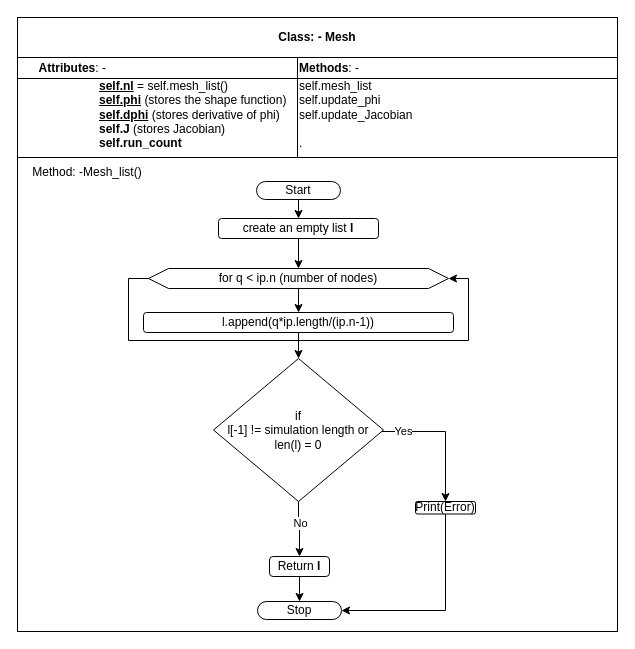
Earlier version of the draw.io diagram Mesh.drawio (okolekar/PPP). Source tidied: cells renumbered, new cells numbered last; positions are measured from the earlier drawing's top-left corner, leaving out a move shared by most shapes. Both pictures are drawn from the tidied source at 100%, with x=0, y=0 at pixel (17, 17).
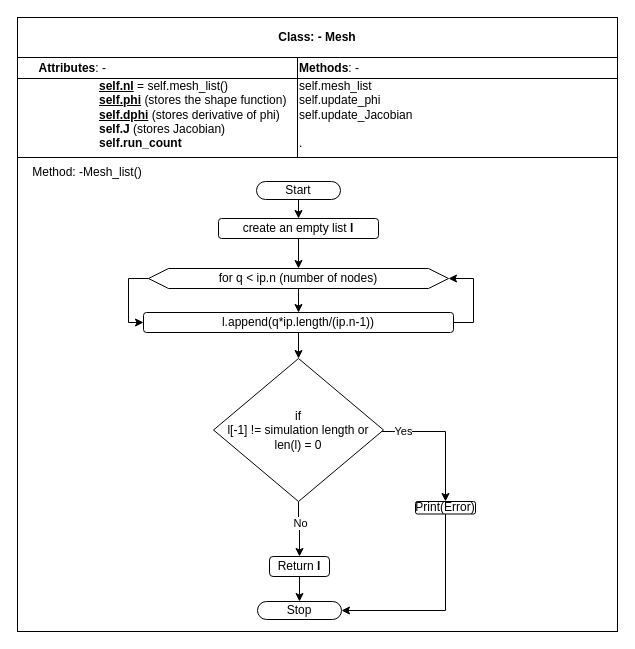
After the change.

Unchanged cells that the change refers to:
```xml
<mxCell id="14" value="for q &amp;lt; ip.n (number of nodes)" style="shape=hexagon;perimeter=hexagonPerimeter2;whiteSpace=wrap;html=1;fixedSize=1;" parent="1" vertex="1">
  <mxGeometry x="131" y="251" width="300" height="20" as="geometry" />
</mxCell>
<mxCell id="16" value="l.append(q*ip.length/(ip.n-1))" style="rounded=1;whiteSpace=wrap;html=1;" parent="1" vertex="1">
  <mxGeometry x="126" y="295" width="310" height="20" as="geometry" />
</mxCell>
```

Change to the diagram source:
```diff
@@
+    <mxCell id="29" style="edgeStyle=orthogonalEdgeStyle;rounded=0;jettySize=auto;html=1;exitX=0;exitY=0.5;exitDx=0;exitDy=0;entryX=0;entryY=0.5;entryDx=0;entryDy=0;" parent="1" edge="1" source="14" target="16">
+      <mxGeometry relative="1" as="geometry" />
+    </mxCell>
@@
+    <mxCell id="30" style="edgeStyle=orthogonalEdgeStyle;rounded=0;jettySize=auto;html=1;exitX=1;exitY=0.5;exitDx=0;exitDy=0;entryX=1;entryY=0.5;entryDx=0;entryDy=0;" parent="1" edge="1" source="16" target="14">
+      <mxGeometry relative="1" as="geometry" />
+    </mxCell>
@@
-    <mxCell id="24" style="edgeStyle=orthogonalEdgeStyle;rounded=0;orthogonalLoop=1;jettySize=auto;html=1;exitX=0;exitY=0.5;exitDx=0;exitDy=0;entryX=1;entryY=0.5;entryDx=0;entryDy=0;" parent="1" edge="1" source="14" target="14">
-      <mxGeometry relative="1" as="geometry">
-        <Array as="points">
-          <mxPoint x="111" y="261" />
-          <mxPoint x="111" y="323" />
-          <mxPoint x="451" y="323" />
-          <mxPoint x="451" y="261" />
-        </Array>
-      </mxGeometry>
-    </mxCell>
```
